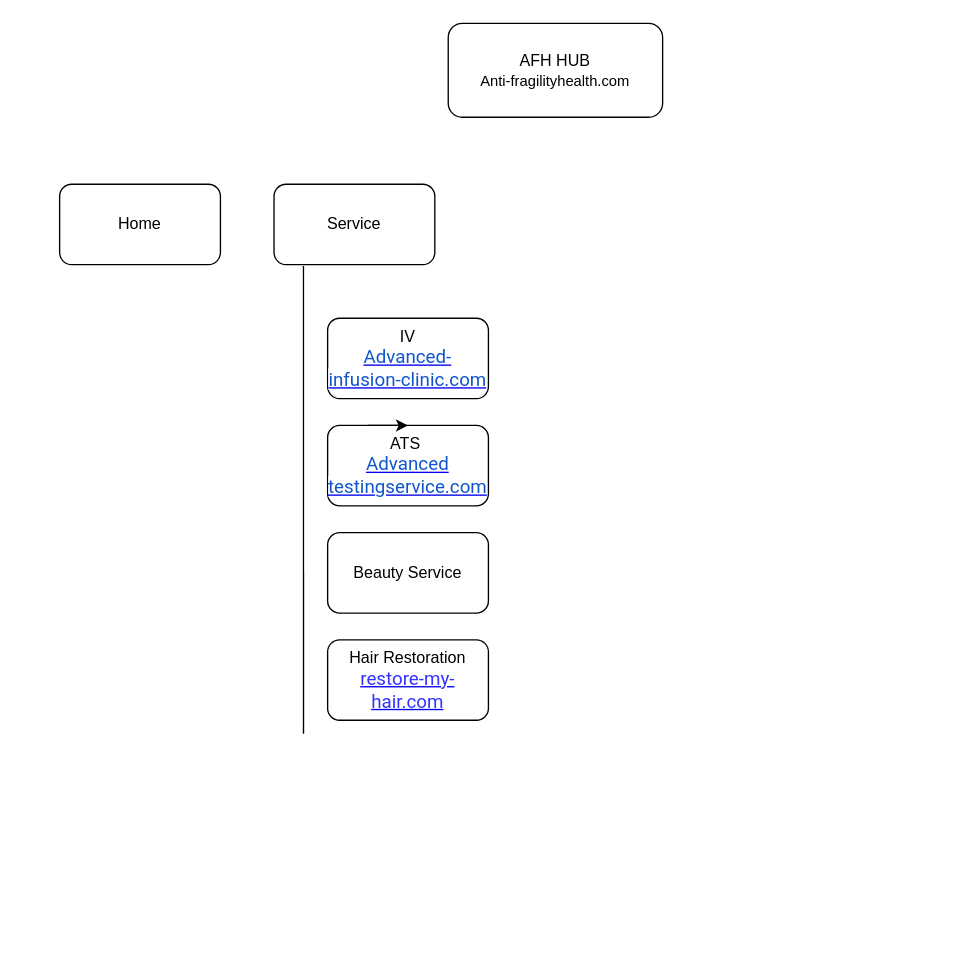
Before: Untitled Diagram.drawio in ellenlovestwerk/github.io, a draw.io diagram. Source tidied: cells renumbered, new cells numbered last; positions are measured from the earlier drawing's top-left corner, leaving out a move shared by most shapes. Both pictures are drawn from the tidied source at 134%, with x=0, y=0 at pixel (59, 23).
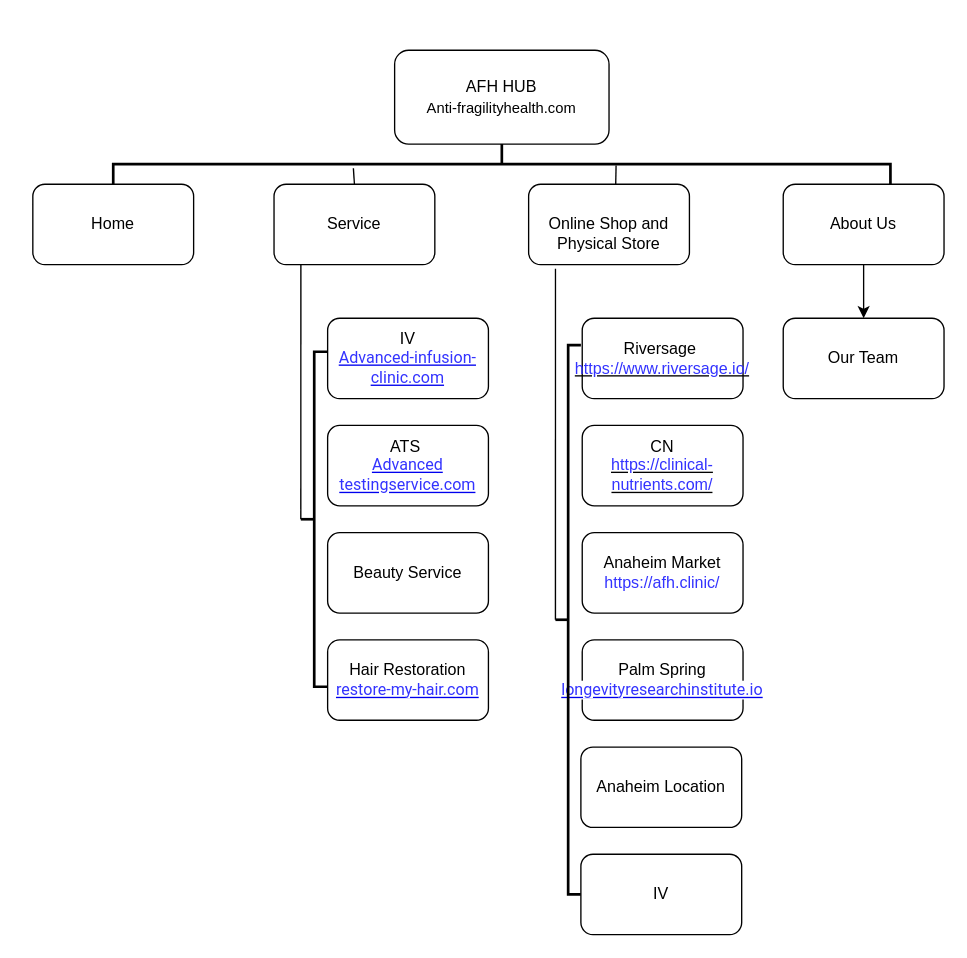
The same page after the edit.

Commit message:
AFH HUB

Unchanged cells that the change refers to:
```xml
<mxCell id="4" value="Service" style="rounded=1;whiteSpace=wrap;html=1;" parent="1" vertex="1">
  <mxGeometry x="160" y="120" width="120" height="60" as="geometry" />
</mxCell>
```

Diff of the diagram source:
```diff
@@
     <mxCell id="2" value="AFH HUB&lt;br&gt;&lt;span id=&quot;docs-internal-guid-4b5474ac-7fff-267b-f1c0-4c2fcc6487ea&quot;&gt;&lt;span style=&quot;font-family: &amp;#34;arial&amp;#34; ; background-color: transparent ; vertical-align: baseline&quot;&gt;&lt;font style=&quot;font-size: 11px&quot;&gt;Anti-fragilityhealth.com&lt;/font&gt;&lt;/span&gt;&lt;/span&gt;" style="rounded=1;whiteSpace=wrap;html=1;" parent="1" vertex="1">
-      <mxGeometry x="290" width="160" height="70" as="geometry" />
+      <mxGeometry x="250" y="20" width="160" height="70" as="geometry" />
     </mxCell>
+    <mxCell id="11" style="edgeStyle=orthogonalEdgeStyle;rounded=0;jettySize=auto;html=1;exitX=0;exitY=0.25;exitDx=0;exitDy=0;" parent="1" edge="1" source="3">
+      <mxGeometry relative="1" as="geometry">
+        <mxPoint x="-10" y="140" as="targetPoint" />
+      </mxGeometry>
+    </mxCell>
     <mxCell id="3" value="Home" style="rounded=1;whiteSpace=wrap;html=1;" parent="1" vertex="1">
-      <mxGeometry y="120" width="120" height="60" as="geometry" />
+      <mxGeometry x="-20" y="120" width="120" height="60" as="geometry" />
     </mxCell>
@@
-    <mxCell id="5" style="endArrow=none;html=1;exitX=0.183;exitY=1.017;exitDx=0;exitDy=0;exitPerimeter=0;" parent="1" edge="1" source="4">
-      <mxGeometry relative="1" as="geometry">
-        <mxPoint x="182" y="530" as="targetPoint" />
-      </mxGeometry>
-    </mxCell>
-    <mxCell id="6" value="IV&lt;br&gt;&lt;span id=&quot;docs-internal-guid-74093519-7fff-6f13-1623-3f1fcdc550e6&quot;&gt;&lt;a href=&quot;http://advanced-infusion-clinic.com&quot;&gt;&lt;span style=&quot;font-size: 10.5pt ; font-family: &amp;#34;roboto&amp;#34; , sans-serif ; color: rgb(17 , 85 , 204) ; background-color: rgb(255 , 255 , 255) ; vertical-align: baseline&quot;&gt;Advanced-infusion-clinic.com&lt;/span&gt;&lt;/a&gt;&lt;/span&gt;" style="rounded=1;whiteSpace=wrap;html=1;" parent="1" vertex="1">
+    <mxCell id="6" value="IV&lt;br&gt;&lt;span id=&quot;docs-internal-guid-74093519-7fff-6f13-1623-3f1fcdc550e6&quot;&gt;&lt;a href=&quot;http://advanced-infusion-clinic.com&quot;&gt;&lt;span style=&quot;font-family: &amp;#34;roboto&amp;#34; , sans-serif ; background-color: rgb(255 , 255 , 255) ; vertical-align: baseline&quot;&gt;&lt;font style=&quot;font-size: 12px&quot; color=&quot;#3333ff&quot;&gt;Advanced-infusion-clinic.com&lt;/font&gt;&lt;/span&gt;&lt;/a&gt;&lt;/span&gt;" style="rounded=1;whiteSpace=wrap;html=1;" parent="1" vertex="1">
       <mxGeometry x="200" y="220" width="120" height="60" as="geometry" />
     </mxCell>
-    <mxCell id="7" value="ATS&amp;nbsp;&lt;br&gt;&lt;span id=&quot;docs-internal-guid-89b53afa-7fff-94f8-546f-cf0940425132&quot;&gt;&lt;a href=&quot;http://advancedtestingservice.com&quot;&gt;&lt;span style=&quot;font-size: 10.5pt ; font-family: &amp;#34;roboto&amp;#34; , sans-serif ; color: rgb(17 , 85 , 204) ; background-color: rgb(255 , 255 , 255) ; vertical-align: baseline&quot;&gt;Advanced&lt;br&gt;testingservice.com&lt;/span&gt;&lt;/a&gt;&lt;/span&gt;" style="rounded=1;whiteSpace=wrap;html=1;" parent="1" vertex="1">
+    <mxCell id="7" value="ATS&amp;nbsp;&lt;br&gt;&lt;span id=&quot;docs-internal-guid-89b53afa-7fff-94f8-546f-cf0940425132&quot;&gt;&lt;a href=&quot;http://advancedtestingservice.com&quot;&gt;&lt;span style=&quot;font-family: &amp;#34;roboto&amp;#34; , sans-serif ; background-color: rgb(255 , 255 , 255) ; vertical-align: baseline&quot;&gt;&lt;font color=&quot;#3333ff&quot;&gt;Advanced&lt;br&gt;testingservice.com&lt;/font&gt;&lt;/span&gt;&lt;/a&gt;&lt;/span&gt;" style="rounded=1;whiteSpace=wrap;html=1;" parent="1" vertex="1">
       <mxGeometry x="200" y="300" width="120" height="60" as="geometry" />
     </mxCell>
@@
-    <mxCell id="9" value="Hair Restoration&lt;br&gt;&lt;span id=&quot;docs-internal-guid-0307a542-7fff-520b-4e99-ed72c797a7f6&quot;&gt;&lt;a href=&quot;https://domains.google.com/registrar/restore-my-hair.com?utm_medium=cpc&amp;amp;utm_source=google&amp;amp;authuser=2&amp;amp;_ga=2.260055556.84802020.1619455763-1324031469.1603987089&quot;&gt;&lt;span style=&quot;font-size: 10.5pt ; font-family: &amp;#34;roboto&amp;#34; , sans-serif ; background-color: rgb(255 , 255 , 255) ; vertical-align: baseline&quot;&gt;&lt;font color=&quot;#3333ff&quot;&gt;restore-my-hair.com&lt;/font&gt;&lt;/span&gt;&lt;/a&gt;&lt;/span&gt;" style="rounded=1;whiteSpace=wrap;html=1;" parent="1" vertex="1">
+    <mxCell id="9" value="Hair Restoration&lt;br&gt;&lt;span id=&quot;docs-internal-guid-0307a542-7fff-520b-4e99-ed72c797a7f6&quot;&gt;&lt;a href=&quot;https://domains.google.com/registrar/restore-my-hair.com?utm_medium=cpc&amp;amp;utm_source=google&amp;amp;authuser=2&amp;amp;_ga=2.260055556.84802020.1619455763-1324031469.1603987089&quot;&gt;&lt;span style=&quot;font-family: &amp;#34;roboto&amp;#34; , sans-serif ; background-color: rgb(255 , 255 , 255) ; vertical-align: baseline&quot;&gt;&lt;font color=&quot;#3333ff&quot; style=&quot;font-size: 12px&quot;&gt;restore-my-hair.com&lt;/font&gt;&lt;/span&gt;&lt;/a&gt;&lt;/span&gt;" style="rounded=1;whiteSpace=wrap;html=1;" parent="1" vertex="1">
       <mxGeometry x="200" y="460" width="120" height="60" as="geometry" />
     </mxCell>
-    <mxCell id="10" style="edgeStyle=orthogonalEdgeStyle;rounded=0;orthogonalLoop=1;jettySize=auto;html=1;exitX=0.25;exitY=0;exitDx=0;exitDy=0;entryX=0.5;entryY=0;entryDx=0;entryDy=0;" parent="1" edge="1" source="7" target="7">
-      <mxGeometry relative="1" as="geometry" />
-    </mxCell>
+    <mxCell id="12" style="strokeWidth=2;html=1;shape=mxgraph.flowchart.annotation_2;align=left;labelPosition=right;" parent="1" vertex="1">
+      <mxGeometry x="180" y="245" width="20" height="250" as="geometry" />
+    </mxCell>
+    <mxCell id="13" style="endArrow=none;html=1;entryX=0.167;entryY=1;entryDx=0;entryDy=0;entryPerimeter=0;" parent="1" edge="1" target="4">
+      <mxGeometry relative="1" as="geometry">
+        <mxPoint x="180" y="370" as="sourcePoint" />
+      </mxGeometry>
+    </mxCell>
+    <mxCell id="14" value="&lt;br&gt;Online Shop and Physical Store" style="rounded=1;whiteSpace=wrap;html=1;" parent="1" vertex="1">
+      <mxGeometry x="350" y="120" width="120" height="60" as="geometry" />
+    </mxCell>
+    <mxCell id="15" value="Riversage&amp;nbsp;&lt;br&gt;&lt;u&gt;&lt;font color=&quot;#3333ff&quot;&gt;https://www.riversage.io/&lt;/font&gt;&lt;/u&gt;" style="rounded=1;whiteSpace=wrap;html=1;" parent="1" vertex="1">
+      <mxGeometry x="390" y="220" width="120" height="60" as="geometry" />
+    </mxCell>
+    <mxCell id="16" value="CN&lt;br&gt;&lt;u&gt;&lt;font color=&quot;#3333ff&quot;&gt;https://clinical-nutrients.com/&lt;/font&gt;&lt;/u&gt;" style="rounded=1;whiteSpace=wrap;html=1;" parent="1" vertex="1">
+      <mxGeometry x="390" y="300" width="120" height="60" as="geometry" />
+    </mxCell>
+    <mxCell id="17" value="Anaheim Market&lt;br&gt;&lt;font color=&quot;#3333ff&quot;&gt;https://afh.clinic/&lt;/font&gt;" style="rounded=1;whiteSpace=wrap;html=1;" parent="1" vertex="1">
+      <mxGeometry x="390" y="380" width="120" height="60" as="geometry" />
+    </mxCell>
+    <mxCell id="18" value="Palm Spring&lt;br&gt;&lt;span id=&quot;docs-internal-guid-2a22f718-7fff-b598-e769-77fea1e44419&quot;&gt;&lt;a href=&quot;https://domains.google.com/registrar/longevityresearchinstitute.io?utm_medium=cpc&amp;amp;utm_source=google&amp;amp;authuser=2&amp;amp;_ga=2.260055556.84802020.1619455763-1324031469.1603987089&quot;&gt;&lt;span style=&quot;font-family: &amp;#34;roboto&amp;#34; , sans-serif ; background-color: rgb(255 , 255 , 255) ; vertical-align: baseline&quot;&gt;&lt;font style=&quot;font-size: 12px&quot; color=&quot;#3333ff&quot;&gt;longevityresearchinstitute.io&lt;/font&gt;&lt;/span&gt;&lt;/a&gt;&lt;/span&gt;" style="rounded=1;whiteSpace=wrap;html=1;" parent="1" vertex="1">
+      <mxGeometry x="390" y="460" width="120" height="60" as="geometry" />
+    </mxCell>
+    <mxCell id="19" style="strokeWidth=2;html=1;shape=mxgraph.flowchart.annotation_2;align=left;labelPosition=right;" parent="1" vertex="1">
+      <mxGeometry x="370" y="240" width="19" height="410" as="geometry" />
+    </mxCell>
+    <mxCell id="20" style="endArrow=none;html=1;entryX=0.167;entryY=1.05;entryDx=0;entryDy=0;entryPerimeter=0;exitX=0;exitY=0.5;exitDx=0;exitDy=0;exitPerimeter=0;" parent="1" edge="1" source="19" target="14">
+      <mxGeometry relative="1" as="geometry" />
+    </mxCell>
+    <mxCell id="21" value="About Us" style="rounded=1;whiteSpace=wrap;html=1;" parent="1" vertex="1">
+      <mxGeometry x="540" y="120" width="120" height="60" as="geometry" />
+    </mxCell>
+    <mxCell id="22" style="strokeWidth=2;html=1;shape=mxgraph.flowchart.annotation_2;align=left;labelPosition=right;direction=south;" parent="1" vertex="1">
+      <mxGeometry x="40" y="90" width="580" height="30" as="geometry" />
+    </mxCell>
+    <mxCell id="23" value="Anaheim Location" style="rounded=1;whiteSpace=wrap;html=1;" parent="1" vertex="1">
+      <mxGeometry x="389" y="540" width="120" height="60" as="geometry" />
+    </mxCell>
+    <mxCell id="24" value="IV" style="rounded=1;whiteSpace=wrap;html=1;" parent="1" vertex="1">
+      <mxGeometry x="389" y="620" width="120" height="60" as="geometry" />
+    </mxCell>
+    <mxCell id="25" value="Our Team" style="rounded=1;whiteSpace=wrap;html=1;" parent="1" vertex="1">
+      <mxGeometry x="540" y="220" width="120" height="60" as="geometry" />
+    </mxCell>
+    <mxCell id="26" style="endArrow=classic;html=1;exitX=0.5;exitY=1;exitDx=0;exitDy=0;entryX=0.5;entryY=0;entryDx=0;entryDy=0;" parent="1" edge="1" source="21" target="25">
+      <mxGeometry relative="1" as="geometry" />
+    </mxCell>
+    <mxCell id="27" style="endArrow=none;html=1;exitX=0.6;exitY=0.691;exitDx=0;exitDy=0;exitPerimeter=0;entryX=0.5;entryY=0;entryDx=0;entryDy=0;" parent="1" edge="1" source="22" target="4">
+      <mxGeometry relative="1" as="geometry" />
+    </mxCell>
+    <mxCell id="28" style="endArrow=none;html=1;exitX=0.533;exitY=0.353;exitDx=0;exitDy=0;exitPerimeter=0;" parent="1" edge="1" source="22">
+      <mxGeometry relative="1" as="geometry">
+        <mxPoint x="415" y="120" as="targetPoint" />
+      </mxGeometry>
+    </mxCell>
```
